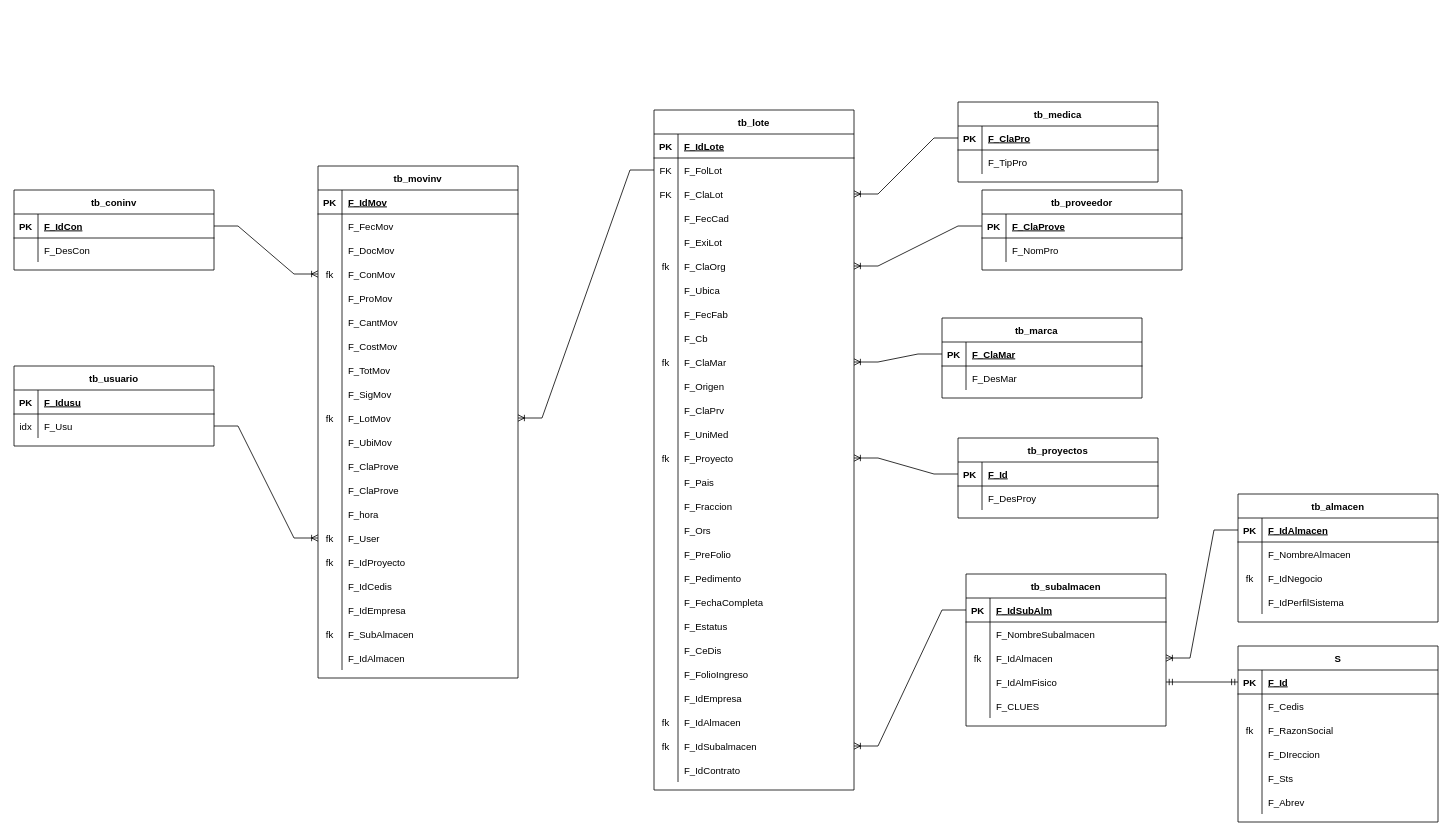
The draw.io diagram TraspasosSubalmacenes.drawio in ErnestoDanielTafoyaMolinaCYM/clases-cat-cym, before the edit. Source tidied: cells renumbered, new cells numbered last; positions are measured from the earlier drawing's top-left corner, leaving out a move shared by most shapes. Both pictures are drawn from the tidied source at 80%, with x=0, y=0 at pixel (14, 102).
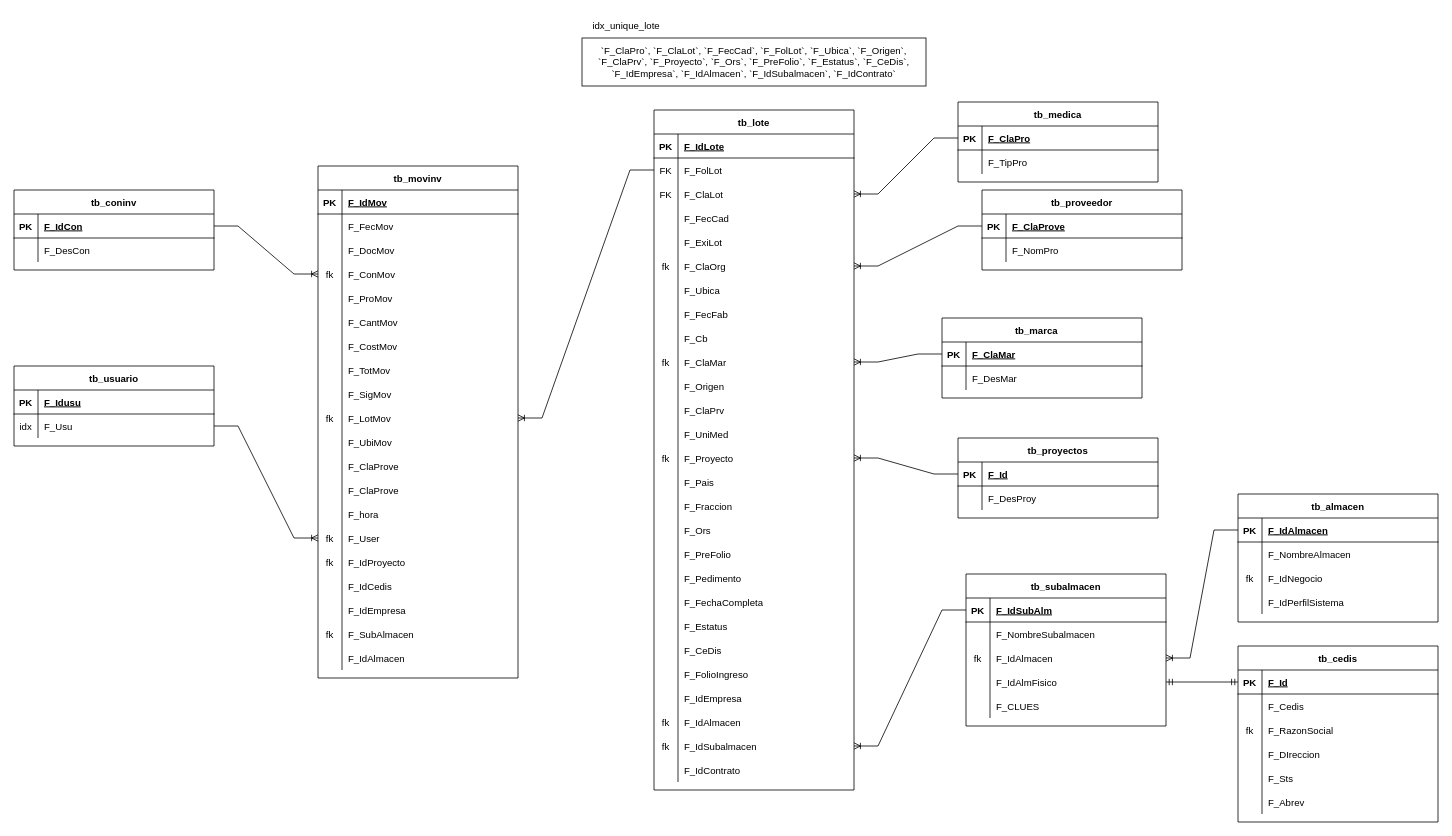
The same diagram, later.

Change to the diagram source:
```diff
@@
-    <mxCell id="225" value="S" style="shape=table;startSize=30;childLayout=tableLayout;rowLines=0;fontStyle=1;align=center;" parent="1" vertex="1">
+    <mxCell id="225" value="tb_cedis" style="shape=table;startSize=30;childLayout=tableLayout;rowLines=0;fontStyle=1;align=center;" parent="1" vertex="1">
       <mxGeometry x="1530" y="680" width="250" height="220" as="geometry" />
     </mxCell>
@@
+    <mxCell id="245" style="group;" parent="1" vertex="1">
+      <mxGeometry x="710" y="-110" width="430" height="90" as="geometry" />
+    </mxCell>
+    <mxCell id="246" value="`F_ClaPro`, `F_ClaLot`, `F_FecCad`, `F_FolLot`, `F_Ubica`, `F_Origen`, `F_ClaPrv`, `F_Proyecto`, `F_Ors`, `F_PreFolio`, `F_Estatus`, `F_CeDis`, `F_IdEmpresa`, `F_IdAlmacen`, `F_IdSubalmacen`, `F_IdContrato`" style="rounded=0;whiteSpace=wrap;html=1;" parent="245" vertex="1">
+      <mxGeometry y="30" width="430" height="60" as="geometry" />
+    </mxCell>
+    <mxCell id="247" value="idx_unique_lote" style="text;html=1;align=center;verticalAlign=middle;strokeColor=none;fillColor=none;" parent="245" vertex="1">
+      <mxGeometry width="110" height="30" as="geometry" />
+    </mxCell>
```
